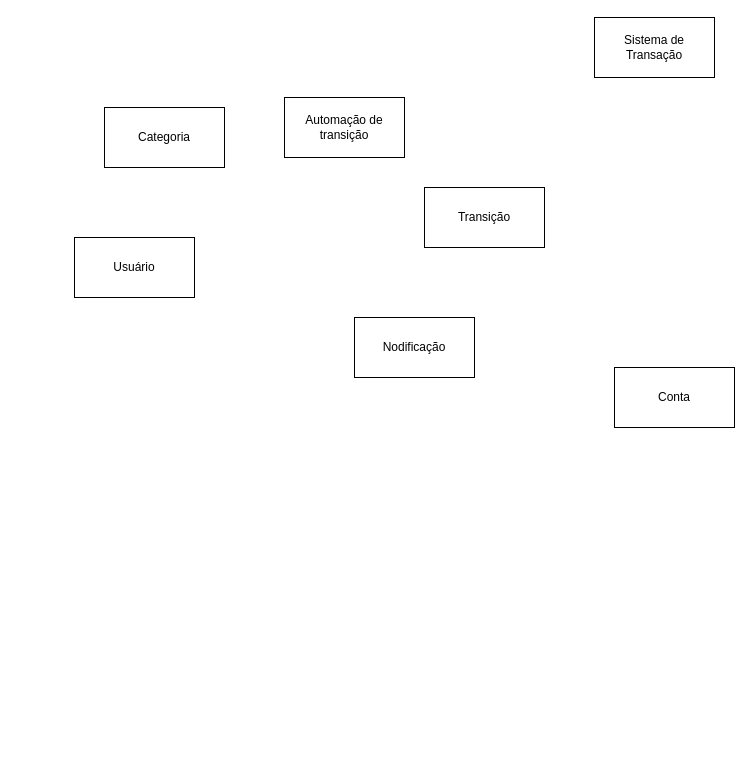
Earlier version of the draw.io diagram page "Modelo conceitual" (2 of 5) of TrabalhoEngenhariaSoftware.drawio (brunanoroes/Trabalho-eng-soft). Source tidied: cells renumbered, new cells numbered last; positions are measured from the earlier drawing's top-left corner, leaving out a move shared by most shapes. Both pictures are drawn from the tidied source at 100%, with x=0, y=0 at pixel (74, 17).
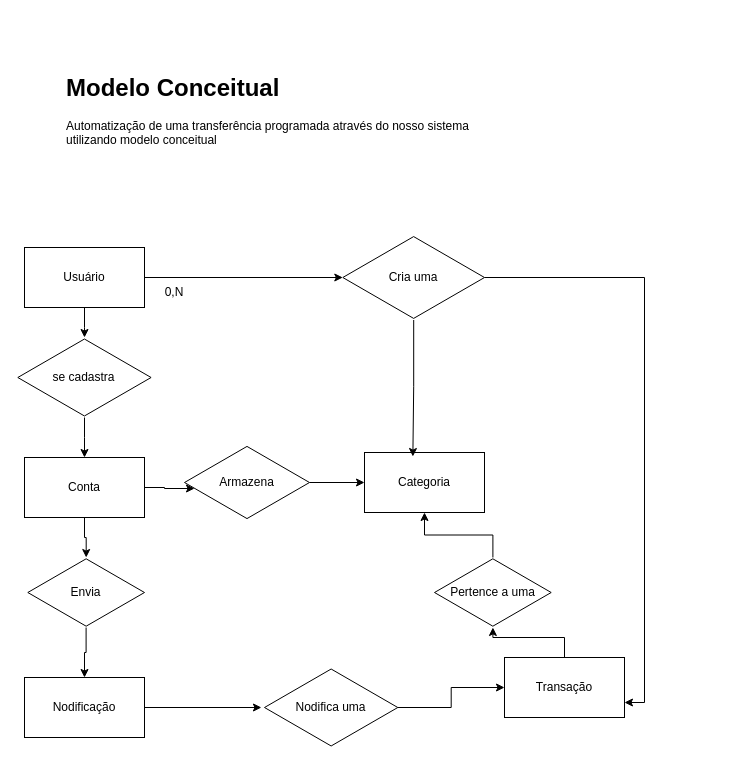
Above is the later version.

The edit, as a diff of the source:
```diff
@@
     <mxCell id="2" value="Categoria" style="rounded=0;whiteSpace=wrap;html=1;" parent="1" vertex="1">
-      <mxGeometry x="30" y="90" width="120" height="60" as="geometry" />
+      <mxGeometry x="290" y="435" width="120" height="60" as="geometry" />
     </mxCell>
-    <mxCell id="3" value="Automação de transição" style="rounded=0;whiteSpace=wrap;html=1;" parent="1" vertex="1">
-      <mxGeometry x="210" y="80" width="120" height="60" as="geometry" />
-    </mxCell>
+    <mxCell id="9" style="edgeStyle=orthogonalEdgeStyle;rounded=0;jettySize=auto;html=1;" parent="1" edge="1" source="4" target="24">
+      <mxGeometry relative="1" as="geometry" />
+    </mxCell>
-    <mxCell id="4" value="Transição" style="rounded=0;whiteSpace=wrap;html=1;" parent="1" vertex="1">
-      <mxGeometry x="350" y="170" width="120" height="60" as="geometry" />
+    <mxCell id="4" value="Transa&lt;span style=&quot;background-color: initial;&quot;&gt;ção&lt;/span&gt;" style="rounded=0;whiteSpace=wrap;html=1;" parent="1" vertex="1">
+      <mxGeometry x="430" y="640" width="120" height="60" as="geometry" />
     </mxCell>
+    <mxCell id="10" style="edgeStyle=orthogonalEdgeStyle;rounded=0;jettySize=auto;html=1;" parent="1" edge="1" source="5" target="14">
+      <mxGeometry relative="1" as="geometry" />
+    </mxCell>
+    <mxCell id="11" style="edgeStyle=orthogonalEdgeStyle;rounded=0;jettySize=auto;html=1;" parent="1" edge="1" source="5" target="16">
+      <mxGeometry relative="1" as="geometry" />
+    </mxCell>
     <mxCell id="5" value="Usuário" style="rounded=0;whiteSpace=wrap;html=1;" parent="1" vertex="1">
-      <mxGeometry y="220" width="120" height="60" as="geometry" />
+      <mxGeometry x="-50" y="230" width="120" height="60" as="geometry" />
     </mxCell>
     <mxCell id="6" value="Nodificação" style="rounded=0;whiteSpace=wrap;html=1;" parent="1" vertex="1">
-      <mxGeometry x="280" y="300" width="120" height="60" as="geometry" />
+      <mxGeometry x="-50" y="660" width="120" height="60" as="geometry" />
     </mxCell>
-    <mxCell id="7" value="Conta" style="rounded=0;whiteSpace=wrap;html=1;" parent="1" vertex="1">
-      <mxGeometry x="540" y="350" width="120" height="60" as="geometry" />
-    </mxCell>
+    <mxCell id="12" style="edgeStyle=orthogonalEdgeStyle;rounded=0;jettySize=auto;html=1;" parent="1" edge="1" source="8" target="22">
+      <mxGeometry relative="1" as="geometry" />
+    </mxCell>
-    <mxCell id="8" value="Sistema de Transação" style="rounded=0;whiteSpace=wrap;html=1;" parent="1" vertex="1">
-      <mxGeometry x="520" width="120" height="60" as="geometry" />
+    <mxCell id="8" value="Conta" style="rounded=0;whiteSpace=wrap;html=1;" parent="1" vertex="1">
+      <mxGeometry x="-50" y="440" width="120" height="60" as="geometry" />
     </mxCell>
+    <mxCell id="13" style="edgeStyle=orthogonalEdgeStyle;rounded=0;jettySize=auto;html=1;entryX=0.5;entryY=0;entryDx=0;entryDy=0;" parent="1" edge="1" source="14" target="8">
+      <mxGeometry relative="1" as="geometry" />
+    </mxCell>
+    <mxCell id="14" value="se cadastra" style="html=1;whiteSpace=wrap;shape=isoRectangle;" parent="1" vertex="1">
+      <mxGeometry x="-56.7" y="320" width="133.3" height="80" as="geometry" />
+    </mxCell>
+    <mxCell id="15" style="edgeStyle=orthogonalEdgeStyle;rounded=0;jettySize=auto;html=1;entryX=1;entryY=0.75;entryDx=0;entryDy=0;" parent="1" edge="1" source="16" target="4">
+      <mxGeometry relative="1" as="geometry" />
+    </mxCell>
+    <mxCell id="16" value="Cria uma" style="html=1;whiteSpace=wrap;shape=isoRectangle;" parent="1" vertex="1">
+      <mxGeometry x="268.3" y="217.5" width="141.7" height="85" as="geometry" />
+    </mxCell>
+    <mxCell id="17" style="edgeStyle=orthogonalEdgeStyle;rounded=0;jettySize=auto;html=1;entryX=0.403;entryY=0.067;entryDx=0;entryDy=0;entryPerimeter=0;" parent="1" edge="1" source="16" target="2">
+      <mxGeometry relative="1" as="geometry" />
+    </mxCell>
+    <mxCell id="18" style="edgeStyle=orthogonalEdgeStyle;rounded=0;jettySize=auto;html=1;" parent="1" edge="1" source="19" target="2">
+      <mxGeometry relative="1" as="geometry" />
+    </mxCell>
+    <mxCell id="19" value="Armazena" style="html=1;whiteSpace=wrap;shape=isoRectangle;" parent="1" vertex="1">
+      <mxGeometry x="110" y="427.5" width="125" height="75" as="geometry" />
+    </mxCell>
+    <mxCell id="20" style="edgeStyle=orthogonalEdgeStyle;rounded=0;jettySize=auto;html=1;entryX=0.08;entryY=0.58;entryDx=0;entryDy=0;entryPerimeter=0;" parent="1" edge="1" source="8" target="19">
+      <mxGeometry relative="1" as="geometry" />
+    </mxCell>
+    <mxCell id="21" style="edgeStyle=orthogonalEdgeStyle;rounded=0;jettySize=auto;html=1;entryX=0.5;entryY=0;entryDx=0;entryDy=0;" parent="1" edge="1" source="22" target="6">
+      <mxGeometry relative="1" as="geometry" />
+    </mxCell>
+    <mxCell id="22" value="Envia" style="html=1;whiteSpace=wrap;shape=isoRectangle;" parent="1" vertex="1">
+      <mxGeometry x="-46.7" y="540" width="116.7" height="70" as="geometry" />
+    </mxCell>
+    <mxCell id="23" style="edgeStyle=orthogonalEdgeStyle;rounded=0;jettySize=auto;html=1;entryX=0.5;entryY=1;entryDx=0;entryDy=0;" parent="1" edge="1" source="24" target="2">
+      <mxGeometry relative="1" as="geometry" />
+    </mxCell>
+    <mxCell id="24" value="Pertence a uma" style="html=1;whiteSpace=wrap;shape=isoRectangle;" parent="1" vertex="1">
+      <mxGeometry x="360" y="540" width="116.7" height="70" as="geometry" />
+    </mxCell>
+    <mxCell id="25" style="edgeStyle=orthogonalEdgeStyle;rounded=0;jettySize=auto;html=1;" parent="1" edge="1" source="26" target="4">
+      <mxGeometry relative="1" as="geometry" />
+    </mxCell>
+    <mxCell id="26" value="Nodifica uma" style="html=1;whiteSpace=wrap;shape=isoRectangle;" parent="1" vertex="1">
+      <mxGeometry x="190" y="650" width="133.3" height="80" as="geometry" />
+    </mxCell>
+    <mxCell id="27" style="edgeStyle=orthogonalEdgeStyle;rounded=0;jettySize=auto;html=1;entryX=-0.023;entryY=0.5;entryDx=0;entryDy=0;entryPerimeter=0;" parent="1" edge="1" source="6" target="26">
+      <mxGeometry relative="1" as="geometry" />
+    </mxCell>
+    <mxCell id="28" value="&lt;h1 style=&quot;margin-top: 0px;&quot;&gt;Modelo Conceitual&lt;/h1&gt;&lt;p&gt;Automatização de uma transferência programada através do nosso sistema utilizando modelo conceitual&lt;/p&gt;" style="text;html=1;whiteSpace=wrap;overflow=hidden;rounded=0;" parent="1" vertex="1">
+      <mxGeometry x="-10" y="50" width="420" height="120" as="geometry" />
+    </mxCell>
+    <mxCell id="29" value="0,N" style="text;html=1;align=center;verticalAlign=middle;whiteSpace=wrap;rounded=0;" parent="1" vertex="1">
+      <mxGeometry x="70" y="260" width="60" height="30" as="geometry" />
+    </mxCell>
```
